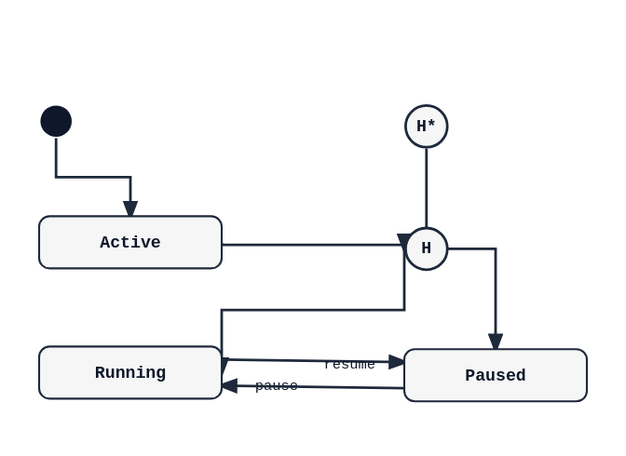
Above: docs/examples/state/04_history.svg in alliecatowo/puml (PlantUML), before the change. Its source is kept beside it as docs/examples/state/04_history.puml.
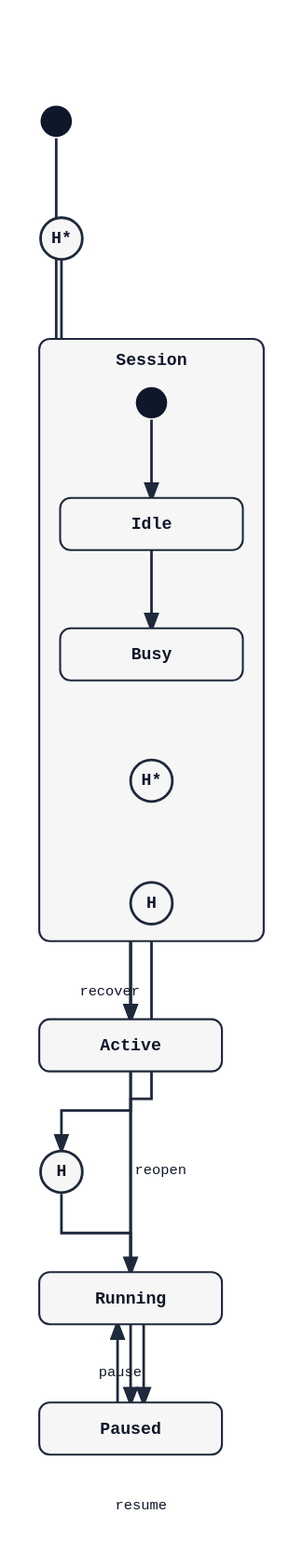
The same file after the commit.

Commit message:
fix(normalize): scope state history endpoints in composites

What changed in the source:
```diff
@@ -5,4 +5,10 @@
 [H*] --> Paused
 Running --> Paused : pause
 Paused --> Running : resume
+state Session {
+  [*] --> Idle
+  Idle --> Busy
+}
+Running --> Session[H] : reopen
+Session[H*] --> Active : recover
 @enduml
```
